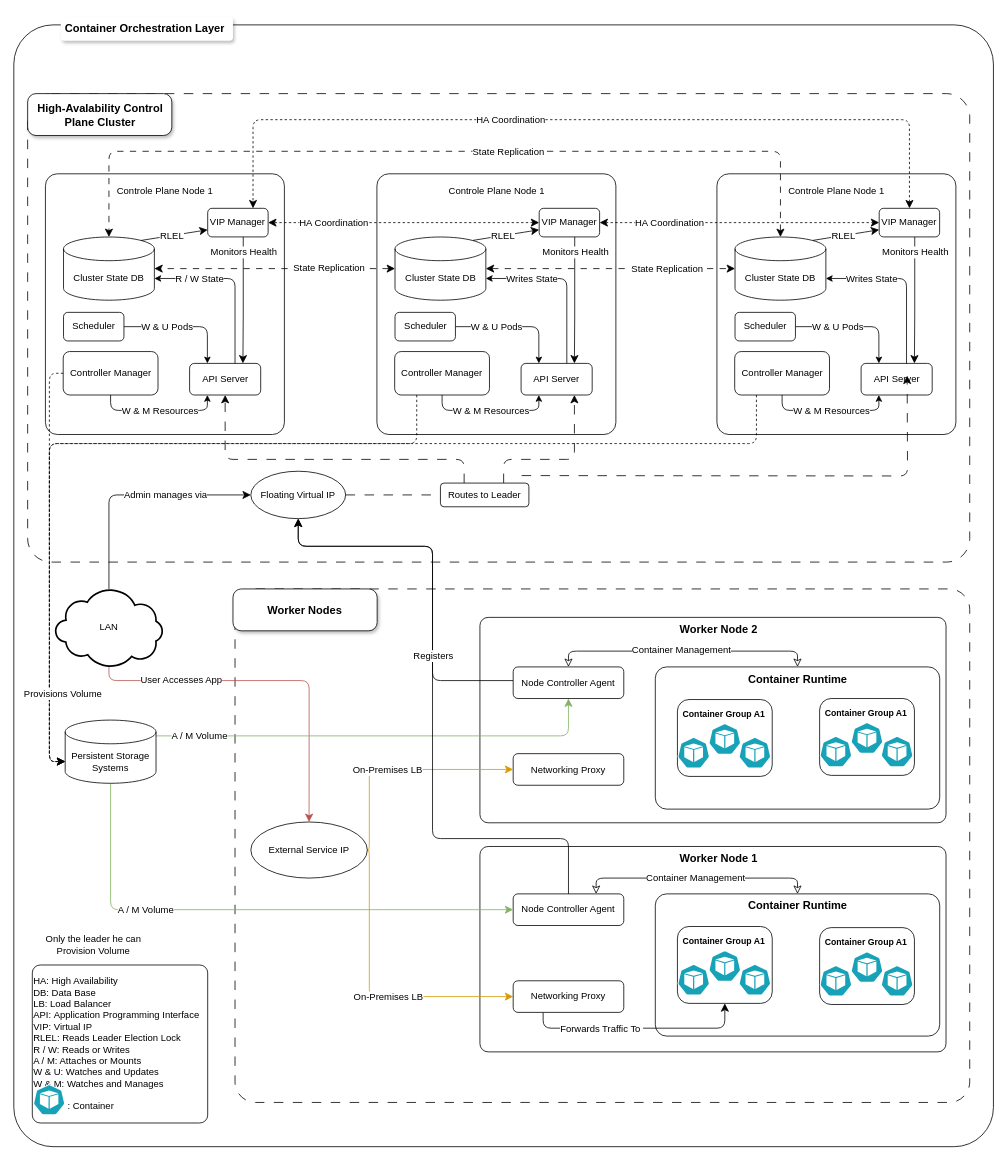
Before: page "Container Orchestration Layer detailed" (3 of 5) of diagrams/Globale_Conception.drawio in Benmeddour/ai-driven-infrastructure-resource-provisioning, a draw.io diagram. Source tidied: cells renumbered, new cells numbered last; positions are measured from the earlier drawing's top-left corner, leaving out a move shared by most shapes. Both pictures are drawn from the tidied source at 79%, with x=0, y=0 at pixel (13, 17).
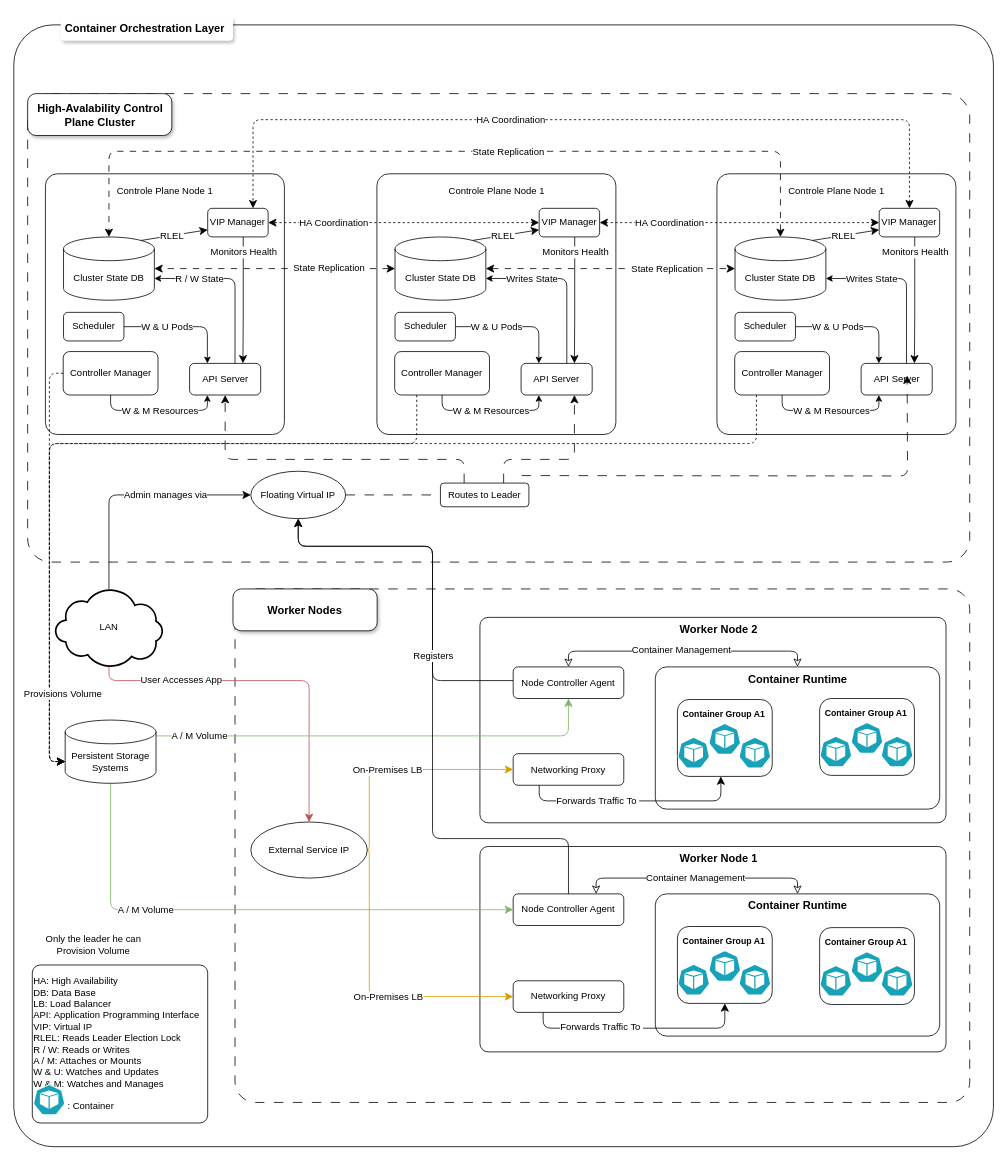
Above is the later version.

Unchanged cells that the change refers to:
```xml
<mxCell id="102" style="edgeStyle=orthogonalEdgeStyle;rounded=1;jettySize=auto;html=1;entryX=0.5;entryY=1;entryDx=0;entryDy=0;fontSize=12;startSize=8;endSize=8;curved=0;flowAnimation=1;" parent="1" edge="1" source="104" target="127">
  <mxGeometry relative="1" as="geometry">
    <Array as="points">
      <mxPoint x="670" y="1280" />
      <mxPoint x="900" y="1280" />
    </Array>
  </mxGeometry>
</mxCell>
```

Diff of the diagram source:
```diff
@@
     <mxCell id="103" value="Forwards Traffic To&amp;nbsp;" style="edgeLabel;html=1;align=center;verticalAlign=middle;fontSize=12;" parent="102" vertex="1">
-      <mxGeometry x="-0.34" relative="1" as="geometry" />
+      <mxGeometry x="-0.34" y="2" relative="1" as="geometry" />
     </mxCell>
@@
+    <mxCell id="137" style="edgeStyle=orthogonalEdgeStyle;rounded=1;orthogonalLoop=1;jettySize=auto;html=1;entryX=0.5;entryY=1;entryDx=0;entryDy=0;fontSize=12;startSize=8;endSize=8;curved=0;flowAnimation=1;" parent="1" edge="1">
+      <mxGeometry relative="1" as="geometry">
+        <mxPoint x="665" y="972.3" as="sourcePoint" />
+        <mxPoint x="895" y="961.3" as="targetPoint" />
+        <Array as="points">
+          <mxPoint x="665" y="992.3" />
+          <mxPoint x="895" y="992.3" />
+        </Array>
+      </mxGeometry>
+    </mxCell>
+    <mxCell id="138" value="Forwards Traffic To&amp;nbsp;" style="edgeLabel;html=1;align=center;verticalAlign=middle;fontSize=12;" parent="137" vertex="1">
+      <mxGeometry x="-0.34" relative="1" as="geometry" />
+    </mxCell>
```
